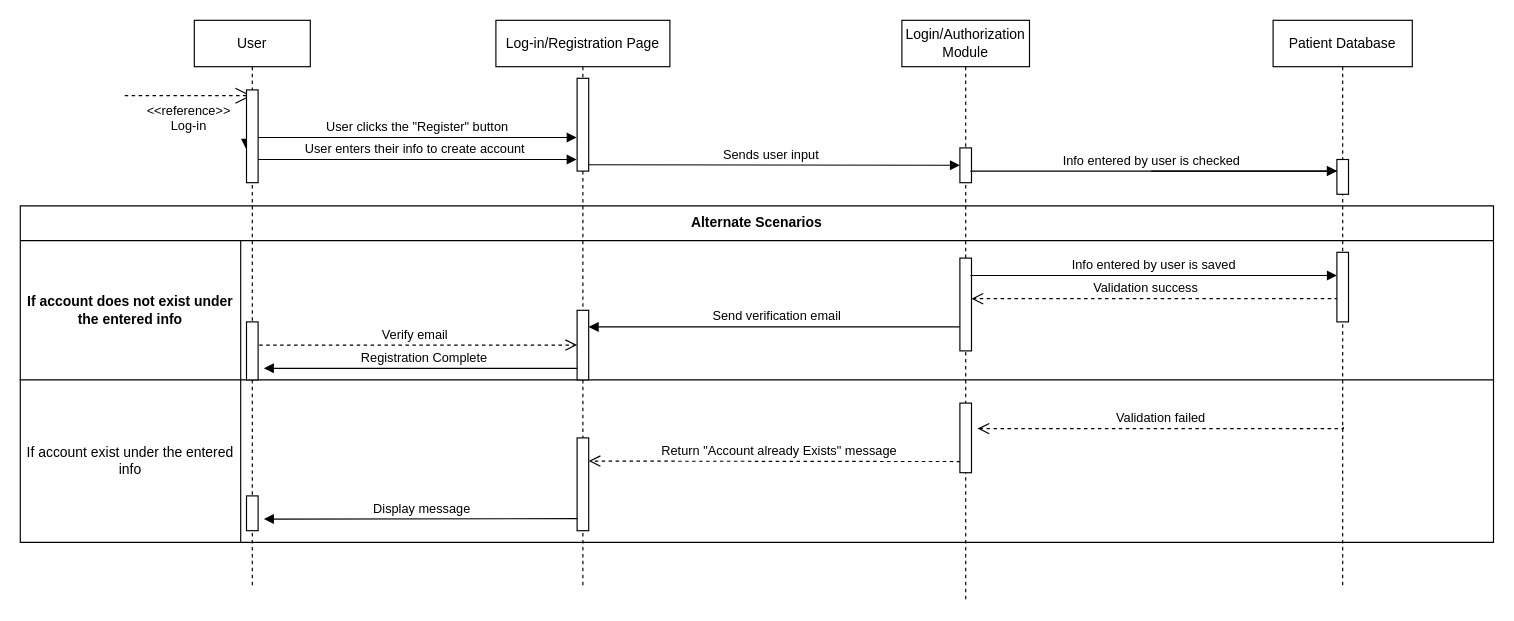
Before: Registration-Sequence-Diagram.drawio in uvic-teach/project-m1-team8, a draw.io diagram. Source tidied: cells renumbered, new cells numbered last; positions are measured from the earlier drawing's top-left corner, leaving out a move shared by most shapes. Both pictures are drawn from the tidied source at 116%, with x=0, y=0 at pixel (20, 20).
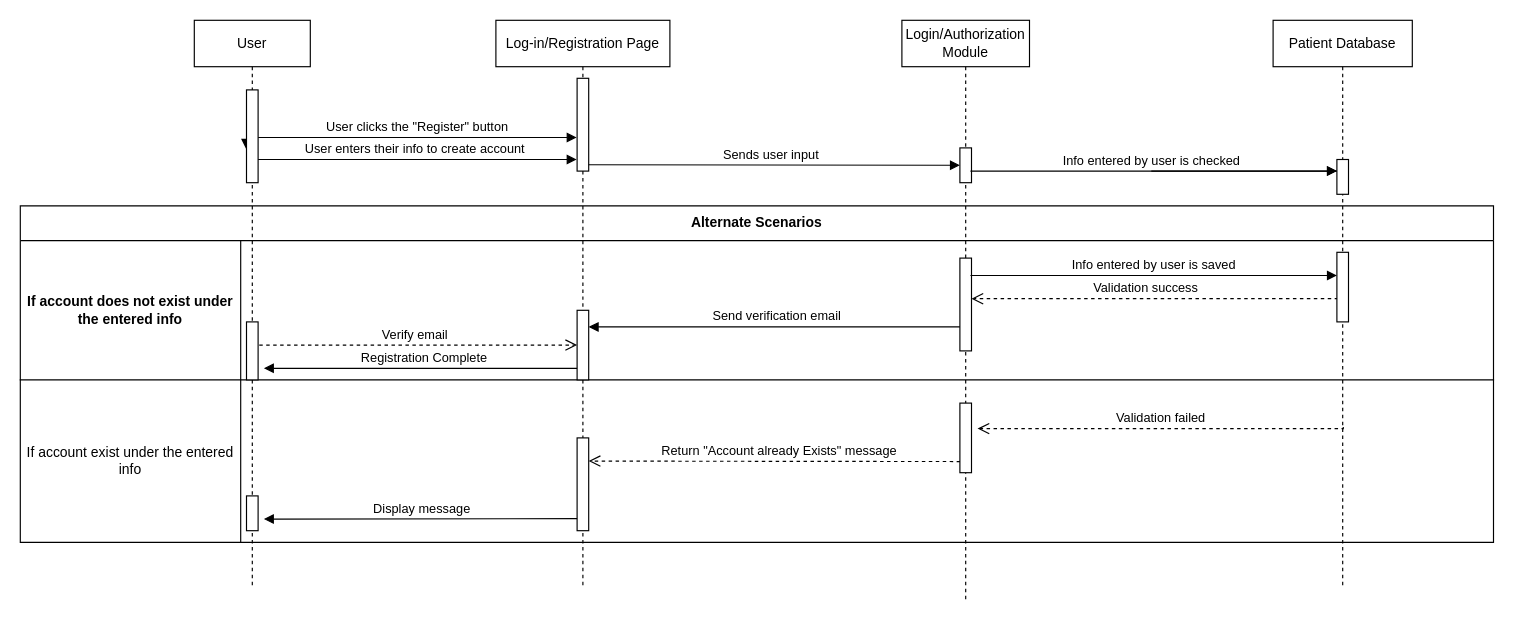
After the change.

The change refers to these unchanged cells:
```xml
<mxCell id="9" value="User" style="shape=umlLifeline;perimeter=lifelinePerimeter;whiteSpace=wrap;html=1;outlineConnect=0;portConstraint=eastwest;newEdgeStyle={&quot;edgeStyle&quot;:&quot;elbowEdgeStyle&quot;,&quot;elbow&quot;:&quot;vertical&quot;,&quot;curved&quot;:0,&quot;rounded&quot;:0};" parent="1" vertex="1">
  <mxGeometry x="150" width="100" height="490" as="geometry" />
</mxCell>
```

The edit, as a diff of the source:
```diff
@@
-    <mxCell id="25" value="&amp;lt;&amp;lt;reference&amp;gt;&amp;gt;&lt;br&gt;Log-in" style="edgeStyle=none;html=1;endArrow=open;endSize=12;dashed=1;verticalAlign=top;rounded=0;" parent="1" edge="1" target="9">
-      <mxGeometry relative="1" as="geometry">
-        <mxPoint x="90" y="65" as="sourcePoint" />
-      </mxGeometry>
-    </mxCell>
```
